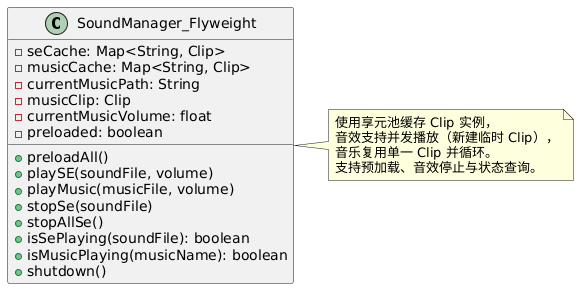
This is doc/享元.png from ReisenCW/java-undertale, a PlantUML export, as it was before one commit.
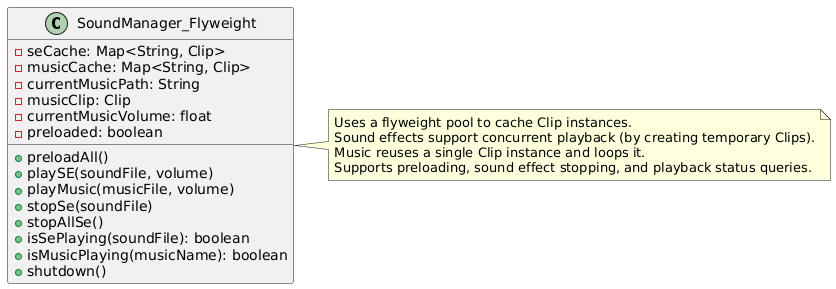
The same diagram one commit later.

Commit message:
翻译享元模式的UML图片

Change to the diagram source:
```diff
@@ -16,9 +16,9 @@
     + shutdown()
 }
 note right of SoundManager_Flyweight
-  使用享元池缓存 Clip 实例，
-  音效支持并发播放（新建临时 Clip），
-  音乐复用单一 Clip 并循环。
-  支持预加载、音效停止与状态查询。
+  Uses a flyweight pool to cache Clip instances.
+  Sound effects support concurrent playback (by creating temporary Clips).
+  Music reuses a single Clip instance and loops it.
+  Supports preloading, sound effect stopping, and playback status queries.
 end note
 @enduml
```
